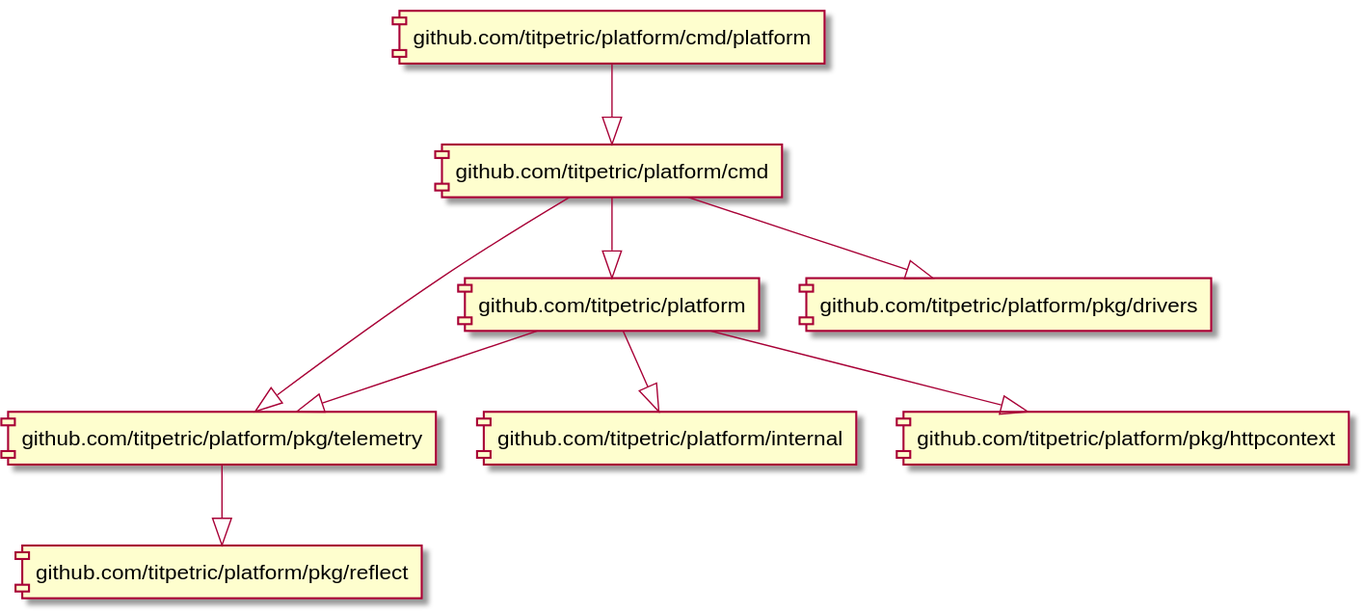
titpetric/platform keeps this PlantUML diagram as docs/imports.svg. Above is the earlier version. Its diagram source:
```plantuml
@startuml
[github.com/titpetric/platform/pkg/telemetry] --|> [github.com/titpetric/platform/pkg/reflect]
[github.com/titpetric/platform] --|> [github.com/titpetric/platform/internal]
[github.com/titpetric/platform] --|> [github.com/titpetric/platform/pkg/telemetry]
[github.com/titpetric/platform] --|> [github.com/titpetric/platform/pkg/httpcontext]
[github.com/titpetric/platform/cmd] --|> [github.com/titpetric/platform]
[github.com/titpetric/platform/cmd] --|> [github.com/titpetric/platform/pkg/drivers]
[github.com/titpetric/platform/cmd] --|> [github.com/titpetric/platform/pkg/telemetry]
[github.com/titpetric/platform/cmd/platform] --|> [github.com/titpetric/platform/cmd]
@enduml
```
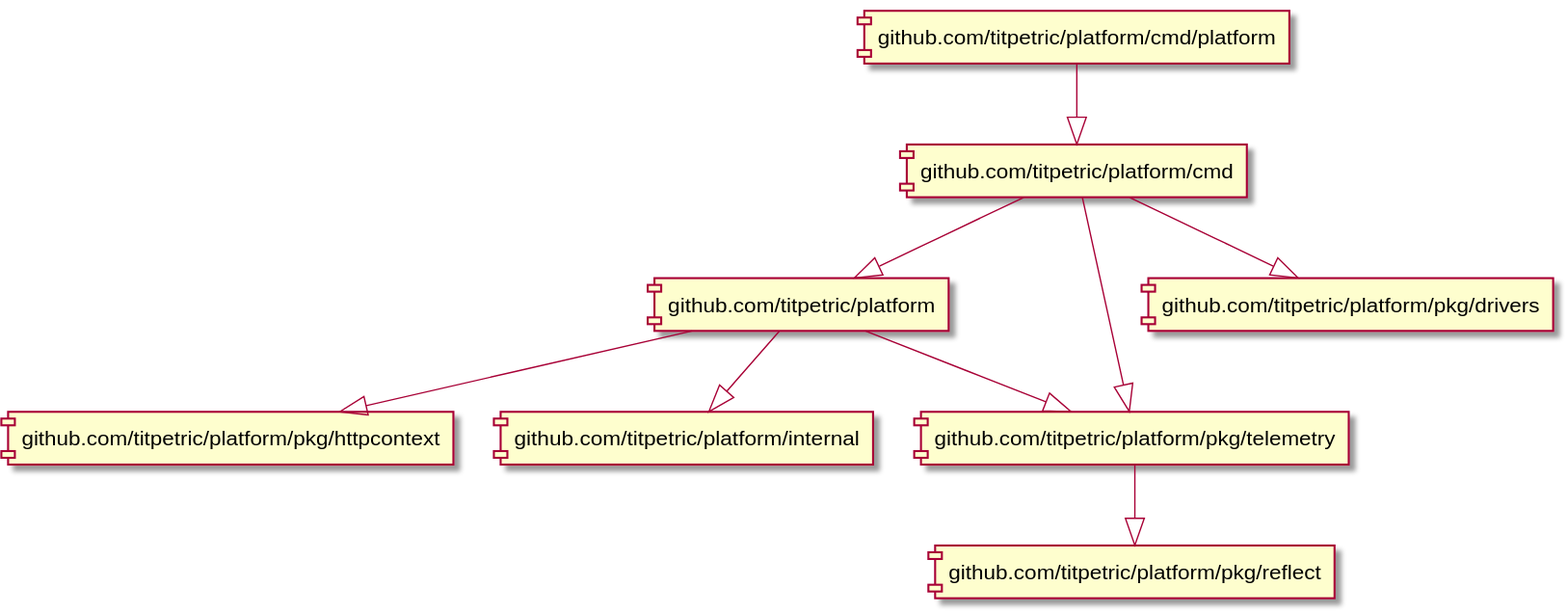
Above is the later version.

Commit message:
Fix imports ordering

Diff of the diagram source:
```diff
@@ -1,10 +1,10 @@
 @startuml
-[github.com/titpetric/platform/pkg/telemetry] --|> [github.com/titpetric/platform/pkg/reflect]
+[github.com/titpetric/platform] --|> [github.com/titpetric/platform/pkg/httpcontext]
+[github.com/titpetric/platform] --|> [github.com/titpetric/platform/pkg/telemetry]
 [github.com/titpetric/platform] --|> [github.com/titpetric/platform/internal]
-[github.com/titpetric/platform] --|> [github.com/titpetric/platform/pkg/telemetry]
-[github.com/titpetric/platform] --|> [github.com/titpetric/platform/pkg/httpcontext]
 [github.com/titpetric/platform/cmd] --|> [github.com/titpetric/platform]
 [github.com/titpetric/platform/cmd] --|> [github.com/titpetric/platform/pkg/drivers]
 [github.com/titpetric/platform/cmd] --|> [github.com/titpetric/platform/pkg/telemetry]
 [github.com/titpetric/platform/cmd/platform] --|> [github.com/titpetric/platform/cmd]
+[github.com/titpetric/platform/pkg/telemetry] --|> [github.com/titpetric/platform/pkg/reflect]
 @enduml
```
